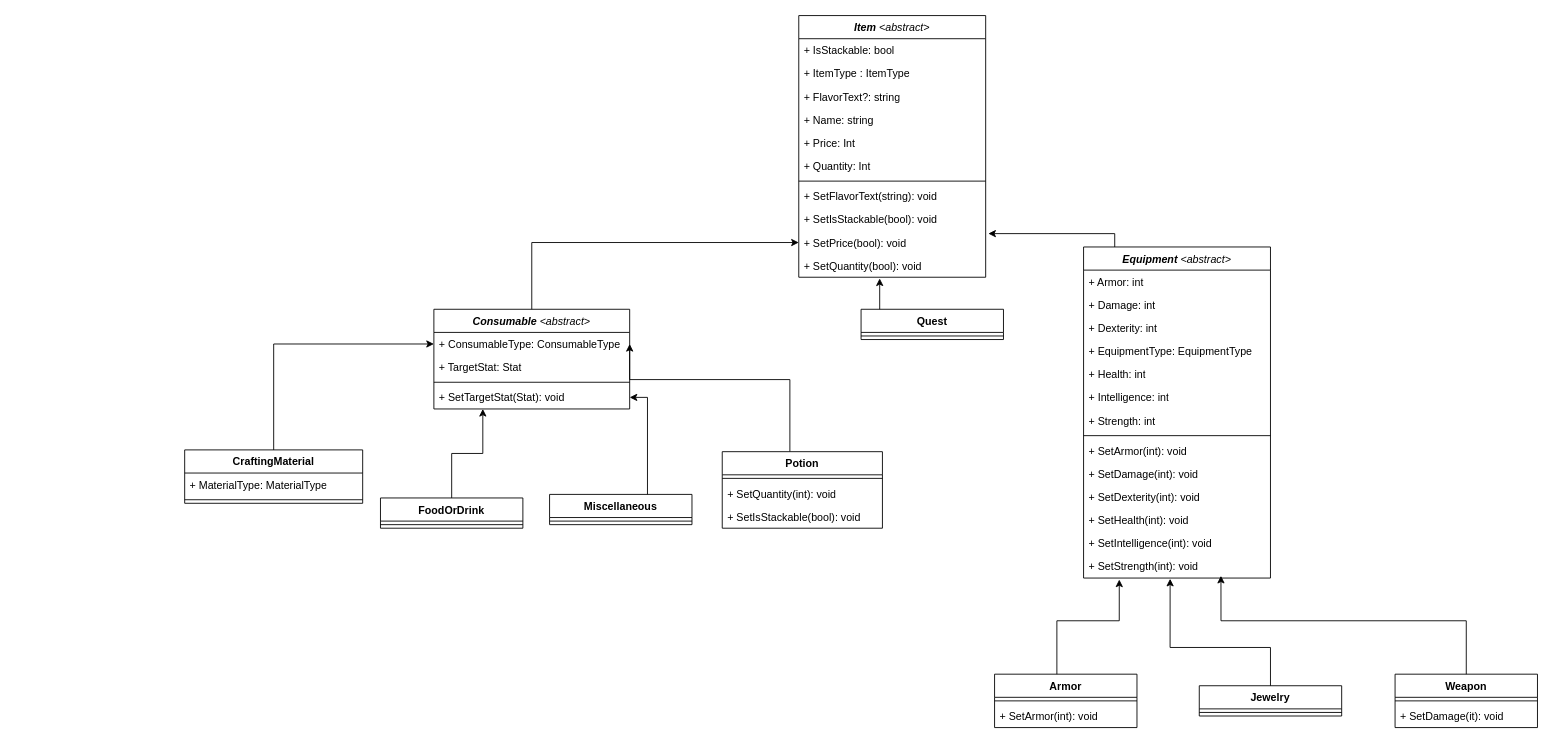
This is docs/design/domain_models/items.drawio from scottfalbo/GameEngine, a draw.io file, before an edit. Source tidied: cells renumbered, new cells numbered last; positions are measured from the earlier drawing's top-left corner, leaving out a move shared by most shapes. Both pictures are drawn from the tidied source at 89%, with x=0, y=0 at pixel (184, 15).
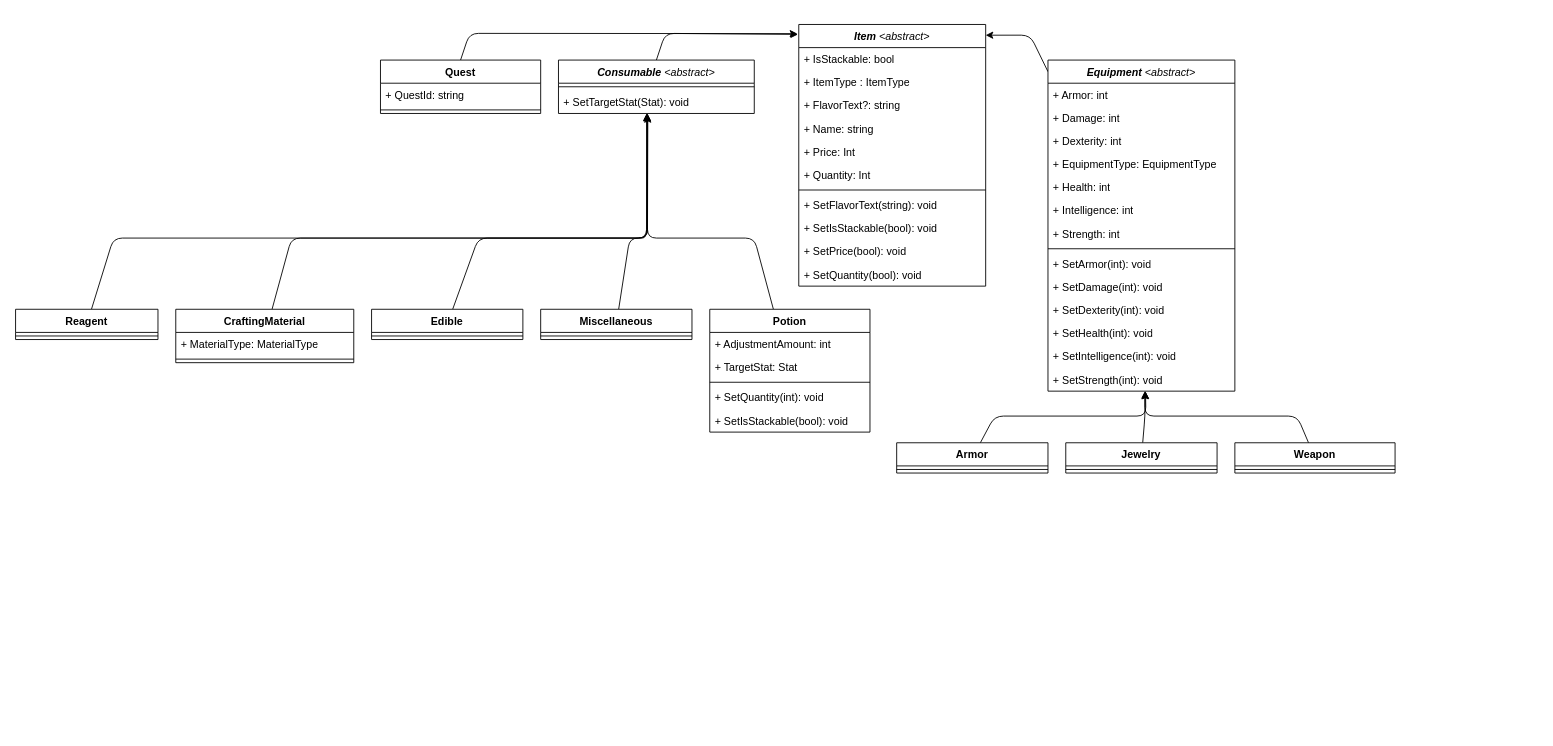
The same page after the edit.

The change refers to these unchanged cells:
```xml
<mxCell id="12" value="+ SetPrice(bool): void" style="text;strokeColor=none;fillColor=none;align=left;verticalAlign=top;spacingLeft=4;spacingRight=4;overflow=hidden;points=[[0,0.5],[1,0.5]];portConstraint=eastwest;whiteSpace=wrap;html=1;" parent="2" vertex="1">
  <mxGeometry y="242" width="210" height="26" as="geometry" />
</mxCell>
<mxCell id="13" value="+ SetQuantity(bool): void" style="text;strokeColor=none;fillColor=none;align=left;verticalAlign=top;spacingLeft=4;spacingRight=4;overflow=hidden;points=[[0,0.5],[1,0.5]];portConstraint=eastwest;whiteSpace=wrap;html=1;" parent="2" vertex="1">
  <mxGeometry y="268" width="210" height="26" as="geometry" />
</mxCell>
<mxCell id="28" value="+ SetStrength(int): void" style="text;strokeColor=none;fillColor=none;align=left;verticalAlign=top;spacingLeft=4;spacingRight=4;overflow=hidden;points=[[0,0.5],[1,0.5]];portConstraint=eastwest;whiteSpace=wrap;html=1;" parent="14" vertex="1">
  <mxGeometry y="346" width="210" height="26" as="geometry" />
</mxCell>
```

What changed in the source:
```diff
@@
     <mxCell id="2" value="&lt;i style=&quot;&quot;&gt;Item&lt;/i&gt;&lt;i style=&quot;font-weight: normal;&quot;&gt; &amp;lt;abstract&amp;gt;&lt;/i&gt;" style="swimlane;fontStyle=1;align=center;verticalAlign=top;horizontal=1;startSize=26;whiteSpace=wrap;html=1;" parent="1" vertex="1">
-      <mxGeometry x="690" width="210" height="294" as="geometry" />
+      <mxGeometry x="690" y="10" width="210" height="294" as="geometry" />
     </mxCell>
@@
+    <mxCell id="65" style="edgeStyle=none;html=1;entryX=1;entryY=0.041;entryDx=0;entryDy=0;entryPerimeter=0;exitX=0;exitY=0.035;exitDx=0;exitDy=0;exitPerimeter=0;" parent="1" edge="1" source="14" target="2">
+      <mxGeometry relative="1" as="geometry">
+        <Array as="points">
+          <mxPoint x="950" y="22" />
+        </Array>
+      </mxGeometry>
+    </mxCell>
     <mxCell id="14" value="&lt;i&gt;Equipment &lt;span style=&quot;font-weight: normal;&quot;&gt;&amp;lt;abstract&amp;gt;&lt;/span&gt;&lt;/i&gt;" style="swimlane;fontStyle=1;align=center;verticalAlign=top;horizontal=1;startSize=26;whiteSpace=wrap;html=1;" parent="1" vertex="1">
-      <mxGeometry x="1010" y="260" width="210" height="372" as="geometry" />
+      <mxGeometry x="970" y="50" width="210" height="372" as="geometry" />
     </mxCell>
@@
-    <mxCell id="29" style="edgeStyle=orthogonalEdgeStyle;rounded=0;jettySize=auto;html=1;entryX=1.014;entryY=0.115;entryDx=0;entryDy=0;entryPerimeter=0;" parent="1" edge="1" source="14" target="12">
-      <mxGeometry relative="1" as="geometry">
-        <Array as="points">
-          <mxPoint x="1045" y="245" />
-        </Array>
-      </mxGeometry>
-    </mxCell>
+    <mxCell id="36" style="edgeStyle=none;html=1;entryX=0.522;entryY=1.02;entryDx=0;entryDy=0;entryPerimeter=0;" parent="1" edge="1" source="30" target="28">
+      <mxGeometry relative="1" as="geometry">
+        <Array as="points">
+          <mxPoint x="910" y="450" />
+          <mxPoint x="1080" y="450" />
+        </Array>
+      </mxGeometry>
+    </mxCell>
     <mxCell id="30" value="Armor" style="swimlane;fontStyle=1;align=center;verticalAlign=top;horizontal=1;startSize=26;whiteSpace=wrap;html=1;" parent="1" vertex="1">
-      <mxGeometry x="910" y="740" width="160" height="60" as="geometry" />
+      <mxGeometry x="800" y="480" width="170" height="34" as="geometry" />
     </mxCell>
     <mxCell id="31" style="line;strokeWidth=1;fillColor=none;align=left;verticalAlign=middle;spacingTop=-1;spacingLeft=3;spacingRight=3;labelPosition=right;strokeColor=inherit;" parent="30" vertex="1">
-      <mxGeometry y="26" width="160" height="8" as="geometry" />
+      <mxGeometry y="26" width="170" height="8" as="geometry" />
     </mxCell>
-    <mxCell id="32" value="+ SetArmor(int): void" style="text;strokeColor=none;fillColor=none;align=left;verticalAlign=top;spacingLeft=4;spacingRight=4;overflow=hidden;whiteSpace=wrap;html=1;" parent="30" vertex="1">
-      <mxGeometry y="34" width="160" height="26" as="geometry" />
-    </mxCell>
+    <mxCell id="37" style="edgeStyle=none;html=1;entryX=0.518;entryY=1.02;entryDx=0;entryDy=0;entryPerimeter=0;" parent="1" edge="1" source="33" target="28">
+      <mxGeometry relative="1" as="geometry">
+        <Array as="points">
+          <mxPoint x="1250" y="450" />
+          <mxPoint x="1079" y="450" />
+        </Array>
+      </mxGeometry>
+    </mxCell>
     <mxCell id="33" value="Weapon" style="swimlane;fontStyle=1;align=center;verticalAlign=top;horizontal=1;startSize=26;whiteSpace=wrap;html=1;" parent="1" vertex="1">
-      <mxGeometry x="1360" y="740" width="160" height="60" as="geometry" />
+      <mxGeometry x="1180" y="480" width="180" height="34" as="geometry" />
     </mxCell>
     <mxCell id="34" style="line;strokeWidth=1;fillColor=none;align=left;verticalAlign=middle;spacingTop=-1;spacingLeft=3;spacingRight=3;labelPosition=right;strokeColor=inherit;" parent="33" vertex="1">
-      <mxGeometry y="26" width="160" height="8" as="geometry" />
+      <mxGeometry y="26" width="180" height="8" as="geometry" />
     </mxCell>
-    <mxCell id="35" value="+ SetDamage(it): void" style="text;strokeColor=none;fillColor=none;align=left;verticalAlign=top;spacingLeft=4;spacingRight=4;overflow=hidden;whiteSpace=wrap;html=1;" parent="33" vertex="1">
-      <mxGeometry y="34" width="160" height="26" as="geometry" />
-    </mxCell>
-    <mxCell id="36" style="edgeStyle=orthogonalEdgeStyle;rounded=0;jettySize=auto;html=1;entryX=0.191;entryY=1.064;entryDx=0;entryDy=0;entryPerimeter=0;" parent="1" edge="1" source="30" target="28">
-      <mxGeometry relative="1" as="geometry">
-        <Array as="points">
-          <mxPoint x="980" y="680" />
-          <mxPoint x="1050" y="680" />
-        </Array>
-      </mxGeometry>
-    </mxCell>
-    <mxCell id="37" style="edgeStyle=orthogonalEdgeStyle;rounded=0;jettySize=auto;html=1;entryX=0.735;entryY=0.904;entryDx=0;entryDy=0;entryPerimeter=0;" parent="1" edge="1" source="33" target="28">
-      <mxGeometry relative="1" as="geometry">
-        <Array as="points">
-          <mxPoint x="1440" y="680" />
-          <mxPoint x="1164" y="680" />
-        </Array>
-      </mxGeometry>
-    </mxCell>
+    <mxCell id="66" style="edgeStyle=none;html=1;entryX=-0.004;entryY=0.038;entryDx=0;entryDy=0;entryPerimeter=0;exitX=0.5;exitY=0;exitDx=0;exitDy=0;" parent="1" edge="1" source="38" target="2">
+      <mxGeometry relative="1" as="geometry">
+        <Array as="points">
+          <mxPoint x="540" y="20" />
+        </Array>
+      </mxGeometry>
+    </mxCell>
     <mxCell id="38" value="&lt;i&gt;Consumable &lt;span style=&quot;font-weight: normal;&quot;&gt;&amp;lt;abstract&amp;gt;&lt;/span&gt;&lt;/i&gt;" style="swimlane;fontStyle=1;align=center;verticalAlign=top;horizontal=1;startSize=26;whiteSpace=wrap;html=1;" parent="1" vertex="1">
-      <mxGeometry x="280" y="330" width="220" height="112" as="geometry" />
+      <mxGeometry x="420" y="50" width="220" height="60" as="geometry" />
     </mxCell>
-    <mxCell id="39" value="+ ConsumableType: ConsumableType" style="text;strokeColor=none;fillColor=none;align=left;verticalAlign=top;spacingLeft=4;spacingRight=4;overflow=hidden;points=[[0,0.5],[1,0.5]];portConstraint=eastwest;whiteSpace=wrap;html=1;" parent="38" vertex="1">
-      <mxGeometry y="26" width="220" height="26" as="geometry" />
-    </mxCell>
-    <mxCell id="40" value="+ TargetStat: Stat" style="text;strokeColor=none;fillColor=none;align=left;verticalAlign=top;spacingLeft=4;spacingRight=4;overflow=hidden;whiteSpace=wrap;html=1;" parent="38" vertex="1">
-      <mxGeometry y="52" width="220" height="26" as="geometry" />
-    </mxCell>
     <mxCell id="41" style="line;strokeWidth=1;fillColor=none;align=left;verticalAlign=middle;spacingTop=-1;spacingLeft=3;spacingRight=3;labelPosition=right;strokeColor=inherit;" parent="38" vertex="1">
-      <mxGeometry y="78" width="220" height="8" as="geometry" />
+      <mxGeometry y="26" width="220" height="8" as="geometry" />
     </mxCell>
     <mxCell id="42" value="+ SetTargetStat(Stat): void" style="text;strokeColor=none;fillColor=none;align=left;verticalAlign=top;spacingLeft=4;spacingRight=4;overflow=hidden;points=[[0,0.5],[1,0.5]];portConstraint=eastwest;" parent="38" vertex="1">
-      <mxGeometry y="86" width="220" height="26" as="geometry" />
+      <mxGeometry y="34" width="220" height="26" as="geometry" />
     </mxCell>
-    <mxCell id="43" style="edgeStyle=orthogonalEdgeStyle;rounded=0;jettySize=auto;html=1;entryX=1;entryY=0.5;entryDx=0;entryDy=0;" parent="1" edge="1" source="44" target="39">
-      <mxGeometry relative="1" as="geometry">
-        <Array as="points">
-          <mxPoint x="680" y="409" />
-        </Array>
-      </mxGeometry>
-    </mxCell>
+    <mxCell id="67" style="edgeStyle=none;html=1;entryX=0.453;entryY=0.984;entryDx=0;entryDy=0;entryPerimeter=0;" parent="1" edge="1" source="44" target="42">
+      <mxGeometry relative="1" as="geometry">
+        <Array as="points">
+          <mxPoint x="640" y="250" />
+          <mxPoint x="520" y="250" />
+        </Array>
+      </mxGeometry>
+    </mxCell>
     <mxCell id="44" value="Potion" style="swimlane;fontStyle=1;align=center;verticalAlign=top;horizontal=1;startSize=26;whiteSpace=wrap;html=1;" parent="1" vertex="1">
-      <mxGeometry x="604" y="490" width="180" height="86" as="geometry" />
+      <mxGeometry x="590" y="330" width="180" height="138" as="geometry" />
     </mxCell>
+    <mxCell id="68" value="+ AdjustmentAmount: int" style="text;strokeColor=none;fillColor=none;align=left;verticalAlign=top;spacingLeft=4;spacingRight=4;overflow=hidden;" parent="44" vertex="1">
+      <mxGeometry y="26" width="180" height="26" as="geometry" />
+    </mxCell>
+    <mxCell id="40" value="+ TargetStat: Stat" style="text;strokeColor=none;fillColor=none;align=left;verticalAlign=top;spacingLeft=4;spacingRight=4;overflow=hidden;" parent="44" vertex="1">
+      <mxGeometry y="52" width="180" height="26" as="geometry" />
+    </mxCell>
     <mxCell id="45" style="line;strokeWidth=1;fillColor=none;align=left;verticalAlign=middle;spacingTop=-1;spacingLeft=3;spacingRight=3;labelPosition=right;strokeColor=inherit;" parent="44" vertex="1">
-      <mxGeometry y="26" width="180" height="8" as="geometry" />
+      <mxGeometry y="78" width="180" height="8" as="geometry" />
     </mxCell>
     <mxCell id="46" value="+ SetQuantity(int): void" style="text;strokeColor=none;fillColor=none;align=left;verticalAlign=top;spacingLeft=4;spacingRight=4;overflow=hidden;whiteSpace=wrap;html=1;" parent="44" vertex="1">
-      <mxGeometry y="34" width="180" height="26" as="geometry" />
+      <mxGeometry y="86" width="180" height="26" as="geometry" />
     </mxCell>
     <mxCell id="47" value="+ SetIsStackable(bool): void" style="text;strokeColor=none;fillColor=none;align=left;verticalAlign=top;spacingLeft=4;spacingRight=4;overflow=hidden;whiteSpace=wrap;html=1;" parent="44" vertex="1">
-      <mxGeometry y="60" width="180" height="26" as="geometry" />
+      <mxGeometry y="112" width="180" height="26" as="geometry" />
     </mxCell>
-    <mxCell id="48" style="edgeStyle=orthogonalEdgeStyle;rounded=0;jettySize=auto;html=1;entryX=0;entryY=0.5;entryDx=0;entryDy=0;" parent="1" edge="1" source="38" target="12">
-      <mxGeometry relative="1" as="geometry">
-        <Array as="points">
-          <mxPoint x="390" y="255" />
-        </Array>
-      </mxGeometry>
-    </mxCell>
+    <mxCell id="69" style="edgeStyle=none;html=1;entryX=-0.008;entryY=0.035;entryDx=0;entryDy=0;entryPerimeter=0;exitX=0.5;exitY=0;exitDx=0;exitDy=0;" parent="1" edge="1" source="49" target="2">
+      <mxGeometry relative="1" as="geometry">
+        <Array as="points">
+          <mxPoint x="320" y="20" />
+        </Array>
+      </mxGeometry>
+    </mxCell>
     <mxCell id="49" value="Quest" style="swimlane;fontStyle=1;align=center;verticalAlign=top;horizontal=1;startSize=26;whiteSpace=wrap;html=1;" parent="1" vertex="1">
-      <mxGeometry x="760" y="330" width="160" height="34" as="geometry" />
+      <mxGeometry x="220" y="50" width="180" height="60" as="geometry" />
     </mxCell>
+    <mxCell id="70" value="+ QuestId: string" style="text;strokeColor=none;fillColor=none;align=left;verticalAlign=top;spacingLeft=4;spacingRight=4;overflow=hidden;" parent="49" vertex="1">
+      <mxGeometry y="26" width="180" height="26" as="geometry" />
+    </mxCell>
     <mxCell id="50" style="line;strokeWidth=1;fillColor=none;align=left;verticalAlign=middle;spacingTop=-1;spacingLeft=3;spacingRight=3;labelPosition=right;strokeColor=inherit;" parent="49" vertex="1">
-      <mxGeometry y="26" width="160" height="8" as="geometry" />
+      <mxGeometry y="52" width="180" height="8" as="geometry" />
     </mxCell>
-    <mxCell id="51" style="edgeStyle=orthogonalEdgeStyle;rounded=0;jettySize=auto;html=1;entryX=0.433;entryY=1.051;entryDx=0;entryDy=0;entryPerimeter=0;" parent="1" edge="1" source="49" target="13">
-      <mxGeometry relative="1" as="geometry">
-        <Array as="points">
-          <mxPoint x="780" y="332" />
-          <mxPoint x="781" y="332" />
-        </Array>
-      </mxGeometry>
-    </mxCell>
-    <mxCell id="52" style="edgeStyle=orthogonalEdgeStyle;rounded=0;jettySize=auto;html=1;entryX=0;entryY=0.5;entryDx=0;entryDy=0;" parent="1" edge="1" source="53" target="39">
-      <mxGeometry relative="1" as="geometry" />
-    </mxCell>
+    <mxCell id="71" style="edgeStyle=none;html=1;entryX=0.455;entryY=1.02;entryDx=0;entryDy=0;entryPerimeter=0;" parent="1" edge="1" source="53" target="42">
+      <mxGeometry relative="1" as="geometry">
+        <Array as="points">
+          <mxPoint x="120" y="250" />
+          <mxPoint x="520" y="250" />
+        </Array>
+      </mxGeometry>
+    </mxCell>
     <mxCell id="53" value="CraftingMaterial" style="swimlane;fontStyle=1;align=center;verticalAlign=top;horizontal=1;startSize=26;whiteSpace=wrap;html=1;" parent="1" vertex="1">
-      <mxGeometry y="488" width="200" height="60" as="geometry" />
+      <mxGeometry x="-10" y="330" width="200" height="60" as="geometry" />
     </mxCell>
@@
-    <mxCell id="56" style="edgeStyle=orthogonalEdgeStyle;rounded=0;jettySize=auto;html=1;entryX=0.25;entryY=1;entryDx=0;entryDy=0;" parent="1" edge="1" source="57" target="38">
-      <mxGeometry relative="1" as="geometry" />
-    </mxCell>
+    <mxCell id="72" style="edgeStyle=none;html=1;entryX=0.451;entryY=1.002;entryDx=0;entryDy=0;entryPerimeter=0;" parent="1" edge="1" source="57" target="42">
+      <mxGeometry relative="1" as="geometry">
+        <Array as="points">
+          <mxPoint x="330" y="250" />
+          <mxPoint x="519" y="250" />
+        </Array>
+      </mxGeometry>
+    </mxCell>
-    <mxCell id="57" value="FoodOrDrink" style="swimlane;fontStyle=1;align=center;verticalAlign=top;horizontal=1;startSize=26;whiteSpace=wrap;html=1;" parent="1" vertex="1">
-      <mxGeometry x="220" y="542" width="160" height="34" as="geometry" />
+    <mxCell id="57" value="Edible" style="swimlane;fontStyle=1;align=center;verticalAlign=top;horizontal=1;startSize=26;whiteSpace=wrap;html=1;" parent="1" vertex="1">
+      <mxGeometry x="210" y="330" width="170" height="34" as="geometry" />
     </mxCell>
     <mxCell id="58" style="line;strokeWidth=1;fillColor=none;align=left;verticalAlign=middle;spacingTop=-1;spacingLeft=3;spacingRight=3;labelPosition=right;strokeColor=inherit;" parent="57" vertex="1">
-      <mxGeometry y="26" width="160" height="8" as="geometry" />
+      <mxGeometry y="26" width="170" height="8" as="geometry" />
     </mxCell>
+    <mxCell id="64" style="edgeStyle=none;html=1;entryX=0.451;entryY=1.002;entryDx=0;entryDy=0;entryPerimeter=0;" parent="1" edge="1" source="59" target="42">
+      <mxGeometry relative="1" as="geometry">
+        <Array as="points">
+          <mxPoint x="500" y="250" />
+          <mxPoint x="519" y="250" />
+        </Array>
+      </mxGeometry>
+    </mxCell>
     <mxCell id="59" value="Miscellaneous" style="swimlane;fontStyle=1;align=center;verticalAlign=top;horizontal=1;startSize=26;whiteSpace=wrap;html=1;" parent="1" vertex="1">
-      <mxGeometry x="410" y="538" width="160" height="34" as="geometry" />
+      <mxGeometry x="400" y="330" width="170" height="34" as="geometry" />
     </mxCell>
     <mxCell id="60" style="line;strokeWidth=1;fillColor=none;align=left;verticalAlign=middle;spacingTop=-1;spacingLeft=3;spacingRight=3;labelPosition=right;strokeColor=inherit;" parent="59" vertex="1">
-      <mxGeometry y="26" width="160" height="8" as="geometry" />
+      <mxGeometry y="26" width="170" height="8" as="geometry" />
     </mxCell>
+    <mxCell id="63" style="edgeStyle=none;html=1;entryX=0.52;entryY=0.984;entryDx=0;entryDy=0;entryPerimeter=0;" parent="1" edge="1" source="61" target="28">
+      <mxGeometry relative="1" as="geometry">
+        <Array as="points">
+          <mxPoint x="1079" y="450" />
+        </Array>
+      </mxGeometry>
+    </mxCell>
     <mxCell id="61" value="Jewelry" style="swimlane;fontStyle=1;align=center;verticalAlign=top;horizontal=1;startSize=26;whiteSpace=wrap;html=1;" parent="1" vertex="1">
-      <mxGeometry x="1140" y="753" width="160" height="34" as="geometry" />
+      <mxGeometry x="990" y="480" width="170" height="34" as="geometry" />
     </mxCell>
     <mxCell id="62" style="line;strokeWidth=1;fillColor=none;align=left;verticalAlign=middle;spacingTop=-1;spacingLeft=3;spacingRight=3;labelPosition=right;strokeColor=inherit;" parent="61" vertex="1">
-      <mxGeometry y="26" width="160" height="8" as="geometry" />
+      <mxGeometry y="26" width="170" height="8" as="geometry" />
     </mxCell>
-    <mxCell id="63" style="edgeStyle=orthogonalEdgeStyle;rounded=0;jettySize=auto;html=1;entryX=0.463;entryY=1.032;entryDx=0;entryDy=0;entryPerimeter=0;" parent="1" edge="1" source="61" target="28">
-      <mxGeometry relative="1" as="geometry">
-        <Array as="points">
-          <mxPoint x="1220" y="710" />
-          <mxPoint x="1107" y="710" />
-        </Array>
-      </mxGeometry>
-    </mxCell>
-    <mxCell id="64" style="edgeStyle=orthogonalEdgeStyle;rounded=0;jettySize=auto;html=1;entryX=1;entryY=0.5;entryDx=0;entryDy=0;" parent="1" edge="1" source="59" target="42">
-      <mxGeometry relative="1" as="geometry">
-        <Array as="points">
-          <mxPoint x="520" y="429" />
-        </Array>
-      </mxGeometry>
-    </mxCell>
+    <mxCell id="73" style="edgeStyle=none;html=1;entryX=0.456;entryY=1.071;entryDx=0;entryDy=0;entryPerimeter=0;" parent="1" edge="1" source="74" target="42">
+      <mxGeometry relative="1" as="geometry">
+        <Array as="points">
+          <mxPoint x="-80" y="250" />
+          <mxPoint x="520" y="250" />
+        </Array>
+      </mxGeometry>
+    </mxCell>
+    <mxCell id="74" value="Reagent" style="swimlane;fontStyle=1;align=center;verticalAlign=top;horizontal=1;startSize=26;" parent="1" vertex="1">
+      <mxGeometry x="-190" y="330" width="160" height="34" as="geometry" />
+    </mxCell>
+    <mxCell id="75" style="line;strokeWidth=1;fillColor=none;align=left;verticalAlign=middle;spacingTop=-1;spacingLeft=3;spacingRight=3;labelPosition=right;strokeColor=inherit;" parent="74" vertex="1">
+      <mxGeometry y="26" width="160" height="8" as="geometry" />
+    </mxCell>
```
